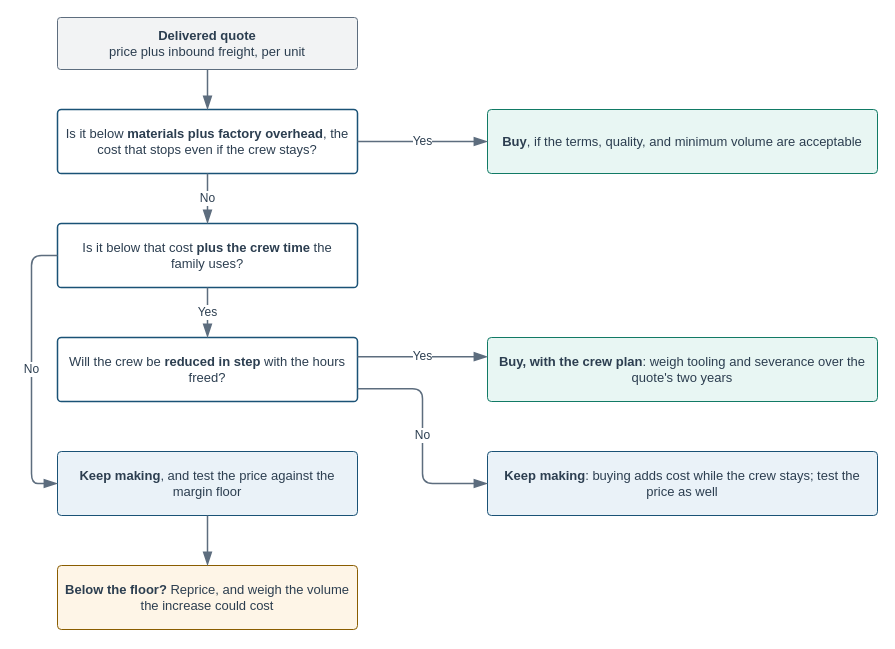
Above: visuals/src/fig-18-02-make-or-buy-test.drawio in mmcodesso/Accounting_Analytics_Book (draw.io), before the change. Source tidied: cells renumbered, new cells numbered last; positions are measured from the earlier drawing's top-left corner, leaving out a move shared by most shapes. Both pictures are drawn from the tidied source at 100%, with x=0, y=0 at pixel (17, 17).
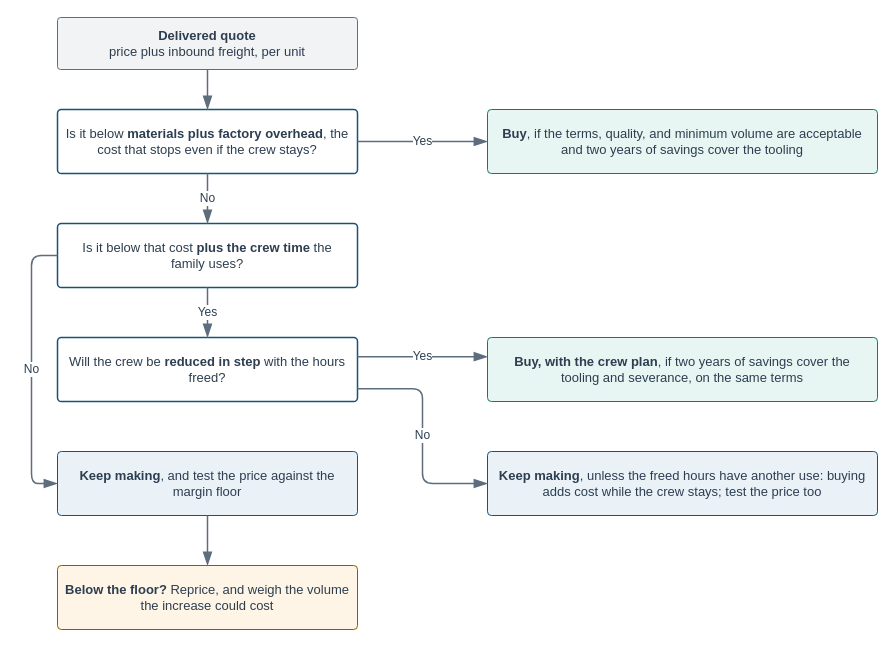
The same diagram, later.

What changed in the source:
```diff
@@
-    <mxCell id="7" value="&lt;b&gt;Buy&lt;/b&gt;, if the terms, quality, and minimum volume are acceptable" style="rounded=1;arcSize=6;whiteSpace=wrap;html=1;fillColor=#E8F6F3;strokeColor=#117A65;strokeWidth=1;fontColor=#2C3E50;fontSize=13;fontStyle=0;align=center;verticalAlign=middle;fontFamily=Helvetica;spacingLeft=6;spacingRight=6;" parent="1" vertex="1">
+    <mxCell id="7" value="&lt;b&gt;Buy&lt;/b&gt;, if the terms, quality, and minimum volume are acceptable and two years of savings cover the tooling" style="rounded=1;arcSize=6;whiteSpace=wrap;html=1;fillColor=#E8F6F3;strokeColor=#117A65;strokeWidth=1;fontColor=#2C3E50;fontSize=13;fontStyle=0;align=center;verticalAlign=middle;fontFamily=Helvetica;spacingLeft=6;spacingRight=6;" parent="1" vertex="1">
       <mxGeometry x="470" y="92" width="390" height="64" as="geometry" />
     </mxCell>
-    <mxCell id="8" value="&lt;b&gt;Buy, with the crew plan&lt;/b&gt;: weigh tooling and severance over the quote's two years" style="rounded=1;arcSize=6;whiteSpace=wrap;html=1;fillColor=#E8F6F3;strokeColor=#117A65;strokeWidth=1;fontColor=#2C3E50;fontSize=13;fontStyle=0;align=center;verticalAlign=middle;fontFamily=Helvetica;spacingLeft=6;spacingRight=6;" parent="1" vertex="1">
+    <mxCell id="8" value="&lt;b&gt;Buy, with the crew plan&lt;/b&gt;, if two years of savings cover the tooling and severance, on the same terms" style="rounded=1;arcSize=6;whiteSpace=wrap;html=1;fillColor=#E8F6F3;strokeColor=#117A65;strokeWidth=1;fontColor=#2C3E50;fontSize=13;fontStyle=0;align=center;verticalAlign=middle;fontFamily=Helvetica;spacingLeft=6;spacingRight=6;" parent="1" vertex="1">
       <mxGeometry x="470" y="320" width="390" height="64" as="geometry" />
     </mxCell>
-    <mxCell id="9" value="&lt;b&gt;Keep making&lt;/b&gt;: buying adds cost while the crew stays; test the price as well" style="rounded=1;arcSize=6;whiteSpace=wrap;html=1;fillColor=#EAF2F8;strokeColor=#1A5276;strokeWidth=1;fontColor=#2C3E50;fontSize=13;fontStyle=0;align=center;verticalAlign=middle;fontFamily=Helvetica;spacingLeft=6;spacingRight=6;" parent="1" vertex="1">
+    <mxCell id="9" value="&lt;b&gt;Keep making&lt;/b&gt;, unless the freed hours have another use: buying adds cost while the crew stays; test the price too" style="rounded=1;arcSize=6;whiteSpace=wrap;html=1;fillColor=#EAF2F8;strokeColor=#1A5276;strokeWidth=1;fontColor=#2C3E50;fontSize=13;fontStyle=0;align=center;verticalAlign=middle;fontFamily=Helvetica;spacingLeft=6;spacingRight=6;" parent="1" vertex="1">
       <mxGeometry x="470" y="434" width="390" height="64" as="geometry" />
     </mxCell>
```
